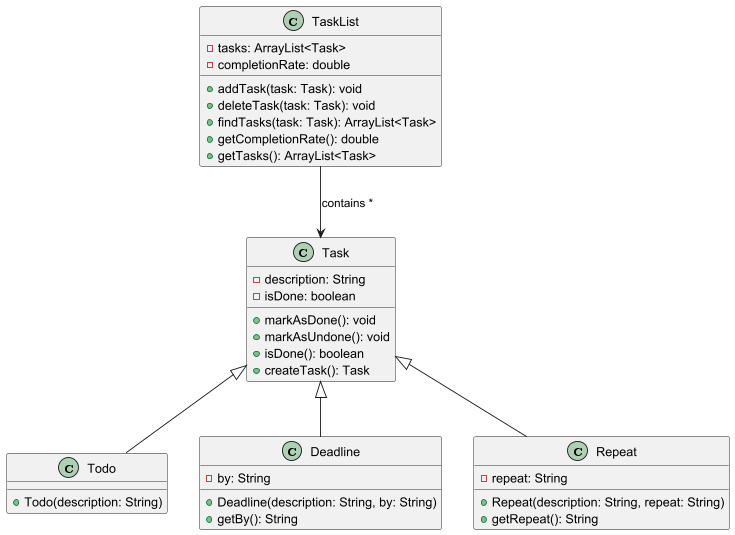
Above: docs/images/TaskClassDiagram.png in nus-cs2113-AY2425S1/tp (PlantUML), before the change.
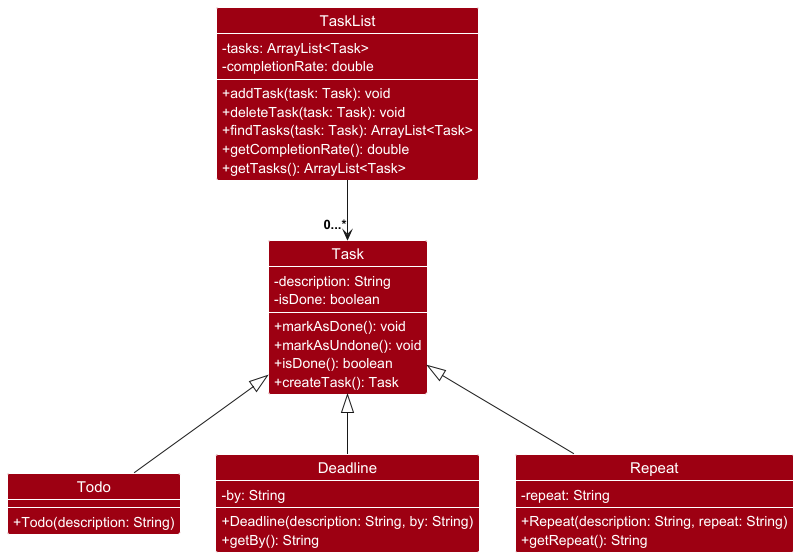
The same diagram one commit later.

Diff of the diagram source:
```diff
@@ -1,6 +1,8 @@
 @startuml
 
-class Task {
+!include style.puml
+
+class Task DATA_COLOR {
     - description: String
     - isDone: boolean
     + markAsDone(): void
@@ -9,23 +11,23 @@
     + createTask(): Task
 }
 
-class Todo {
+class Todo DATA_COLOR{
     + Todo(description: String)
 }
 
-class Deadline {
+class Deadline DATA_COLOR{
     - by: String
     + Deadline(description: String, by: String)
     + getBy(): String
 }
 
-class Repeat {
+class Repeat DATA_COLOR{
     - repeat: String
     + Repeat(description: String, repeat: String)
     + getRepeat(): String
 }
 
-class TaskList {
+class TaskList DATA_COLOR{
     - tasks: ArrayList<Task>
     - completionRate: double
     + addTask(task: Task): void
@@ -39,5 +41,5 @@
 Task <|-- Deadline
 Task <|-- Repeat
 
-TaskList --> Task : contains *
+TaskList --> "0...*" Task
 @enduml
```
